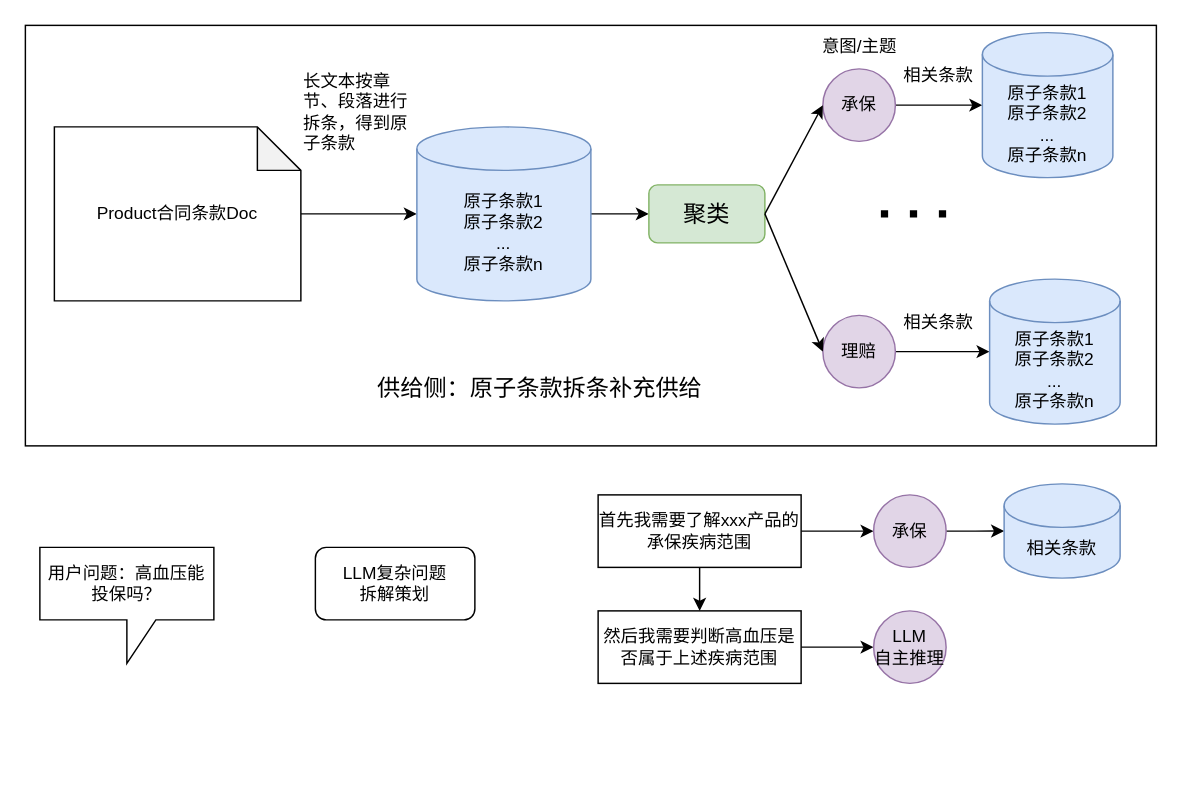
Before: 保险条款推理检索.drawio in ZhangHammer/ZhangHammer, a draw.io diagram. Source tidied: cells renumbered, new cells numbered last; positions are measured from the earlier drawing's top-left corner, leaving out a move shared by most shapes. Both pictures are drawn from the tidied source at 145%, with x=0, y=0 at pixel (25, 25).
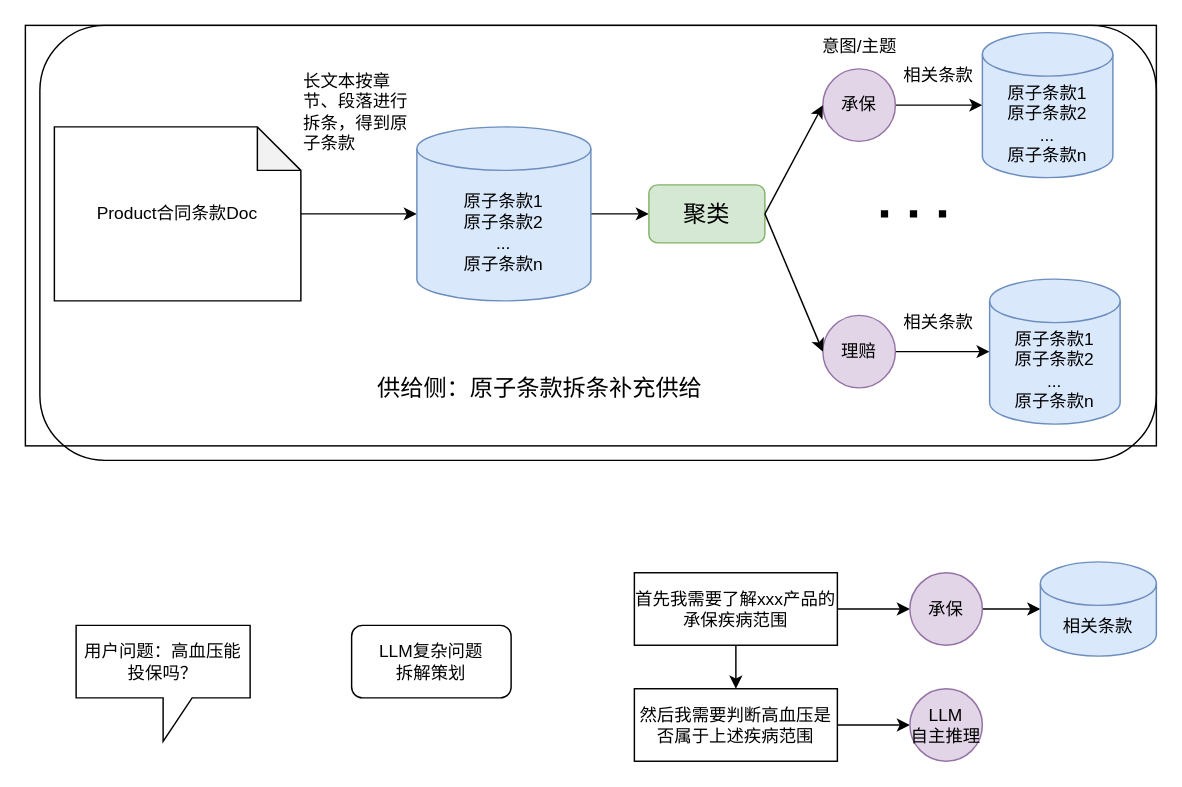
The same page after the edit.

Commit message (it also covers changes not shown here):
保险条款推理检索.drawio

What changed in the source:
```diff
@@
+    <mxCell id="33" style="rounded=1;whiteSpace=wrap;html=1;" parent="1" vertex="1">
+      <mxGeometry x="10" width="770" height="300" as="geometry" />
+    </mxCell>
@@
     <mxCell id="22" value="LLM复杂问题&lt;br&gt;拆解策划" style="rounded=1;whiteSpace=wrap;html=1;" parent="1" vertex="1">
-      <mxGeometry x="200" y="360" width="110" height="50" as="geometry" />
+      <mxGeometry x="225" y="413.8" width="110" height="50" as="geometry" />
     </mxCell>
     <mxCell id="23" value="用户问题：高血压能投保吗？" style="shape=callout;whiteSpace=wrap;html=1;perimeter=calloutPerimeter;" parent="1" vertex="1">
-      <mxGeometry x="10" y="360" width="120" height="80" as="geometry" />
+      <mxGeometry x="35" y="413.8" width="120" height="80" as="geometry" />
     </mxCell>
@@
     <mxCell id="26" value="首先我需要了解xxx产品的承保疾病范围" style="rounded=0;whiteSpace=wrap;html=1;" parent="1" vertex="1">
-      <mxGeometry x="395" y="323.8" width="140" height="50" as="geometry" />
+      <mxGeometry x="420" y="377.5" width="140" height="50" as="geometry" />
     </mxCell>
@@
     <mxCell id="28" value="然后我需要判断高血压是否属于上述疾病范围" style="rounded=0;whiteSpace=wrap;html=1;" parent="1" vertex="1">
-      <mxGeometry x="395" y="403.8" width="140" height="50" as="geometry" />
+      <mxGeometry x="420" y="457.5" width="140" height="50" as="geometry" />
     </mxCell>
@@
     <mxCell id="30" value="承保" style="ellipse;whiteSpace=wrap;html=1;fillColor=#e1d5e7;strokeColor=#9673a6;" parent="1" vertex="1">
-      <mxGeometry x="585" y="323.8" width="50" height="50" as="geometry" />
+      <mxGeometry x="610" y="377.5" width="50" height="50" as="geometry" />
     </mxCell>
     <mxCell id="31" value="LLM&lt;br&gt;自主推理" style="ellipse;whiteSpace=wrap;html=1;fillColor=#e1d5e7;strokeColor=#9673a6;" parent="1" vertex="1">
-      <mxGeometry x="585" y="403.8" width="50" height="50" as="geometry" />
+      <mxGeometry x="610" y="457.5" width="50" height="50" as="geometry" />
     </mxCell>
     <mxCell id="32" value="相关条款" style="shape=cylinder3;whiteSpace=wrap;html=1;boundedLbl=1;backgroundOutline=1;size=15;fillColor=#dae8fc;strokeColor=#6c8ebf;" parent="1" vertex="1">
-      <mxGeometry x="675" y="316.2" width="80" height="65" as="geometry" />
+      <mxGeometry x="700" y="370" width="80" height="65" as="geometry" />
     </mxCell>
```
